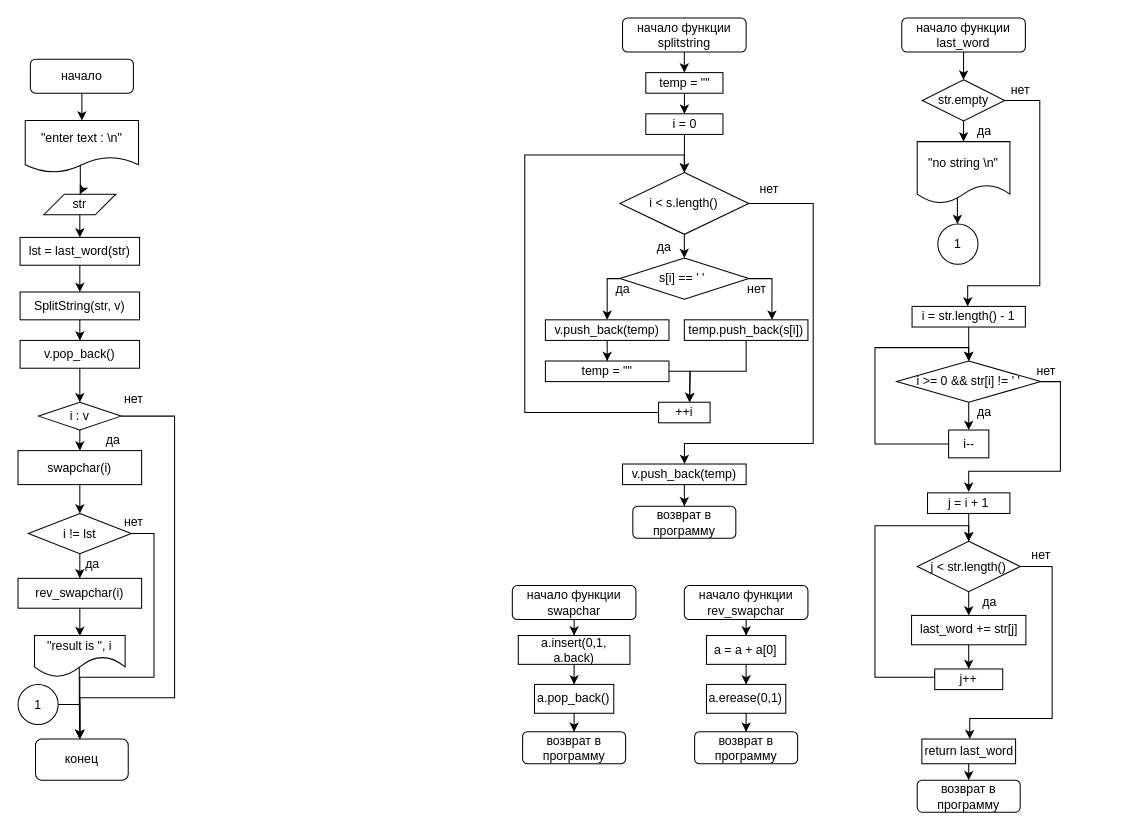
Above: 3.2.drawio in klep1koff/lifeishard (draw.io), before the change. Source tidied: cells renumbered, new cells numbered last; positions are measured from the earlier drawing's top-left corner, leaving out a move shared by most shapes. Both pictures are drawn from the tidied source at 103%, with x=0, y=0 at pixel (18, 18).
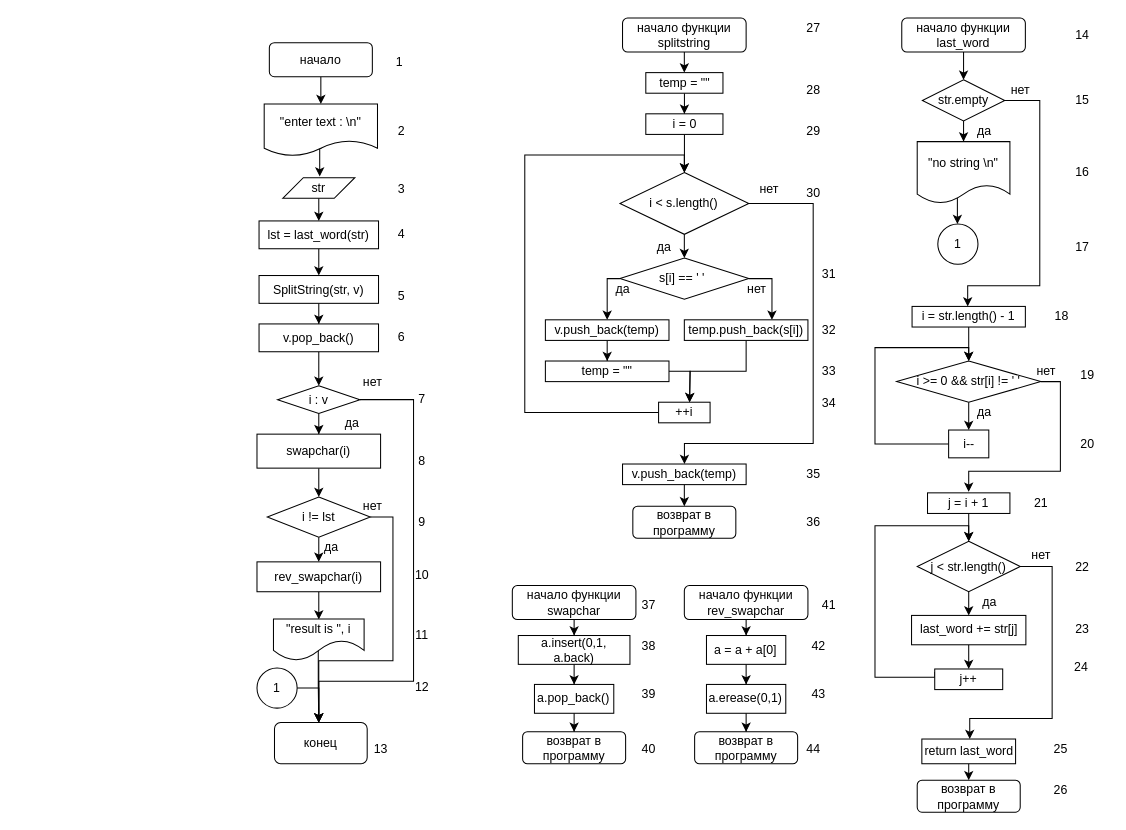
After the change.

Diff of the diagram source:
```diff
@@
     <mxCell id="75" value="начало" style="rounded=1;whiteSpace=wrap;html=1;" parent="1" vertex="1">
-      <mxGeometry x="12" y="40" width="100" height="33" as="geometry" />
+      <mxGeometry x="244" y="24" width="100" height="33" as="geometry" />
     </mxCell>
+    <mxCell id="78" style="edgeStyle=orthogonalEdgeStyle;rounded=0;jettySize=auto;html=1;exitX=0.5;exitY=1;exitDx=0;exitDy=0;" parent="1" edge="1" source="79" target="81">
+      <mxGeometry relative="1" as="geometry" />
+    </mxCell>
-    <mxCell id="76" style="edgeStyle=orthogonalEdgeStyle;rounded=0;jettySize=auto;html=1;exitX=0.486;exitY=0.845;exitDx=0;exitDy=0;exitPerimeter=0;" parent="1" edge="1" source="77" target="79">
+    <mxCell id="76" style="edgeStyle=orthogonalEdgeStyle;rounded=0;jettySize=auto;html=1;entryX=0.513;entryY=-0.058;entryDx=0;entryDy=0;entryPerimeter=0;exitX=0.506;exitY=0.848;exitDx=0;exitDy=0;exitPerimeter=0;" parent="1" edge="1" source="77" target="79">
       <mxGeometry relative="1" as="geometry" />
     </mxCell>
     <mxCell id="77" value="&quot;enter text : \n&quot;" style="shape=document;whiteSpace=wrap;html=1;boundedLbl=1;rounded=1;" parent="1" vertex="1">
-      <mxGeometry x="7" y="99.5" width="110" height="50.5" as="geometry" />
+      <mxGeometry x="239" y="83.5" width="110" height="50.5" as="geometry" />
     </mxCell>
-    <mxCell id="78" style="edgeStyle=orthogonalEdgeStyle;rounded=0;jettySize=auto;html=1;" parent="1" edge="1" source="79" target="81">
-      <mxGeometry relative="1" as="geometry" />
-    </mxCell>
     <mxCell id="79" value="str" style="shape=parallelogram;perimeter=parallelogramPerimeter;whiteSpace=wrap;html=1;fixedSize=1;" parent="1" vertex="1">
-      <mxGeometry x="25" y="171" width="70" height="20" as="geometry" />
+      <mxGeometry x="257" y="155" width="70" height="20" as="geometry" />
     </mxCell>
@@
     <mxCell id="81" value="lst = last_word(str)" style="whiteSpace=wrap;html=1;" parent="1" vertex="1">
-      <mxGeometry x="2" y="213" width="116" height="27" as="geometry" />
+      <mxGeometry x="234" y="197" width="116" height="27" as="geometry" />
     </mxCell>
@@
     <mxCell id="83" value="SplitString(str, v)" style="whiteSpace=wrap;html=1;" parent="1" vertex="1">
-      <mxGeometry x="2" y="266" width="116" height="27" as="geometry" />
+      <mxGeometry x="234" y="250" width="116" height="27" as="geometry" />
     </mxCell>
@@
     <mxCell id="85" value="v.pop_back()" style="whiteSpace=wrap;html=1;" parent="1" vertex="1">
-      <mxGeometry x="2" y="313" width="116" height="27" as="geometry" />
+      <mxGeometry x="234" y="297" width="116" height="27" as="geometry" />
     </mxCell>
@@
     <mxCell id="87" style="edgeStyle=orthogonalEdgeStyle;rounded=0;jettySize=auto;html=1;" parent="1" edge="1" source="88">
       <mxGeometry relative="1" as="geometry">
-        <mxPoint x="60" y="700" as="targetPoint" />
+        <mxPoint x="292" y="684" as="targetPoint" />
         <Array as="points">
-          <mxPoint x="152" y="386" />
-          <mxPoint x="152" y="660" />
-          <mxPoint x="60" y="660" />
+          <mxPoint x="384" y="370" />
+          <mxPoint x="384" y="644" />
+          <mxPoint x="292" y="644" />
         </Array>
       </mxGeometry>
     </mxCell>
     <mxCell id="88" value="i : v" style="rhombus;whiteSpace=wrap;html=1;" parent="1" vertex="1">
-      <mxGeometry x="20" y="373" width="80" height="27" as="geometry" />
+      <mxGeometry x="252" y="357" width="80" height="27" as="geometry" />
     </mxCell>
@@
     <mxCell id="90" value="swapchar(i)" style="whiteSpace=wrap;html=1;" parent="1" vertex="1">
-      <mxGeometry y="420" width="120" height="33" as="geometry" />
+      <mxGeometry x="232" y="404" width="120" height="33" as="geometry" />
     </mxCell>
@@
     <mxCell id="92" style="edgeStyle=orthogonalEdgeStyle;rounded=0;jettySize=auto;html=1;" parent="1" edge="1" source="93">
       <mxGeometry relative="1" as="geometry">
-        <mxPoint x="60" y="700" as="targetPoint" />
+        <mxPoint x="292" y="684" as="targetPoint" />
         <Array as="points">
-          <mxPoint x="132" y="501" />
-          <mxPoint x="132" y="640" />
-          <mxPoint x="60" y="640" />
+          <mxPoint x="364" y="485" />
+          <mxPoint x="364" y="624" />
+          <mxPoint x="292" y="624" />
         </Array>
       </mxGeometry>
     </mxCell>
     <mxCell id="93" value="i != lst" style="rhombus;whiteSpace=wrap;html=1;" parent="1" vertex="1">
-      <mxGeometry x="10" y="481" width="100" height="39" as="geometry" />
+      <mxGeometry x="242" y="465" width="100" height="39" as="geometry" />
     </mxCell>
     <mxCell id="94" style="edgeStyle=orthogonalEdgeStyle;rounded=0;jettySize=auto;html=1;" parent="1" edge="1" source="95">
       <mxGeometry relative="1" as="geometry">
-        <mxPoint x="60" y="600" as="targetPoint" />
+        <mxPoint x="292" y="584" as="targetPoint" />
       </mxGeometry>
     </mxCell>
     <mxCell id="95" value="rev_swapchar(i)" style="whiteSpace=wrap;html=1;" parent="1" vertex="1">
-      <mxGeometry y="544" width="120" height="29" as="geometry" />
+      <mxGeometry x="232" y="528" width="120" height="29" as="geometry" />
     </mxCell>
     <mxCell id="96" value="да" style="text;html=1;align=center;verticalAlign=middle;strokeColor=none;fillColor=none;" parent="1" vertex="1">
-      <mxGeometry x="72" y="400" width="40" height="20" as="geometry" />
+      <mxGeometry x="304" y="384" width="40" height="20" as="geometry" />
     </mxCell>
     <mxCell id="97" value="нет" style="text;html=1;align=center;verticalAlign=middle;strokeColor=none;fillColor=none;" parent="1" vertex="1">
-      <mxGeometry x="92" y="360" width="40" height="20" as="geometry" />
+      <mxGeometry x="324" y="344" width="40" height="20" as="geometry" />
     </mxCell>
     <mxCell id="98" value="да" style="text;html=1;align=center;verticalAlign=middle;strokeColor=none;fillColor=none;" parent="1" vertex="1">
-      <mxGeometry x="52" y="520" width="40" height="20" as="geometry" />
+      <mxGeometry x="284" y="504" width="40" height="20" as="geometry" />
     </mxCell>
     <mxCell id="99" value="нет" style="text;html=1;align=center;verticalAlign=middle;strokeColor=none;fillColor=none;" parent="1" vertex="1">
-      <mxGeometry x="92" y="480" width="40" height="20" as="geometry" />
+      <mxGeometry x="324" y="464" width="40" height="20" as="geometry" />
     </mxCell>
     <mxCell id="100" style="edgeStyle=orthogonalEdgeStyle;rounded=0;orthogonalLoop=1;jettySize=auto;html=1;exitX=0.494;exitY=0.725;exitDx=0;exitDy=0;exitPerimeter=0;" parent="1" edge="1">
       <mxGeometry relative="1" as="geometry">
-        <mxPoint x="59.5" y="628.9" as="sourcePoint" />
-        <mxPoint x="60" y="700" as="targetPoint" />
+        <mxPoint x="291.5" y="612.9" as="sourcePoint" />
+        <mxPoint x="292" y="684" as="targetPoint" />
         <Array as="points">
-          <mxPoint x="60" y="664" />
-          <mxPoint x="60" y="664" />
+          <mxPoint x="292" y="648" />
+          <mxPoint x="292" y="648" />
         </Array>
       </mxGeometry>
     </mxCell>
     <mxCell id="101" value="&quot;result is &quot;, i" style="shape=document;whiteSpace=wrap;html=1;boundedLbl=1;size=0.49382716049382713;" parent="1" vertex="1">
-      <mxGeometry x="16" y="599.5" width="88" height="40.5" as="geometry" />
+      <mxGeometry x="248" y="583.5" width="88" height="40.5" as="geometry" />
     </mxCell>
     <mxCell id="102" style="endArrow=none;html=1;rounded=0;" parent="1" edge="1" source="101">
       <mxGeometry relative="1" as="geometry">
-        <mxPoint x="52" y="640" as="targetPoint" />
+        <mxPoint x="284" y="624" as="targetPoint" />
       </mxGeometry>
     </mxCell>
     <mxCell id="103" style="edgeStyle=orthogonalEdgeStyle;rounded=0;jettySize=auto;html=1;exitX=1;exitY=0.5;exitDx=0;exitDy=0;" parent="1" edge="1" source="104">
       <mxGeometry relative="1" as="geometry">
-        <mxPoint x="60" y="700" as="targetPoint" />
+        <mxPoint x="292" y="684" as="targetPoint" />
       </mxGeometry>
     </mxCell>
     <mxCell id="104" value="1" style="ellipse;whiteSpace=wrap;html=1;fontSize=12;" parent="1" vertex="1">
-      <mxGeometry y="647" width="39" height="39" as="geometry" />
+      <mxGeometry x="232" y="631" width="39" height="39" as="geometry" />
     </mxCell>
     <mxCell id="105" value="конец" style="rounded=1;whiteSpace=wrap;html=1;" parent="1" vertex="1">
-      <mxGeometry x="17" y="700" width="90" height="40" as="geometry" />
+      <mxGeometry x="249" y="684" width="90" height="40" as="geometry" />
     </mxCell>
@@
+    <mxCell id="108" value="1" style="text;html=1;align=center;verticalAlign=middle;strokeColor=none;fillColor=none;" parent="1" vertex="1">
+      <mxGeometry x="350" y="33" width="40" height="20" as="geometry" />
+    </mxCell>
+    <mxCell id="109" value="2" style="text;html=1;align=center;verticalAlign=middle;strokeColor=none;fillColor=none;" parent="1" vertex="1">
+      <mxGeometry x="352" y="100" width="40" height="20" as="geometry" />
+    </mxCell>
+    <mxCell id="110" value="3" style="text;html=1;align=center;verticalAlign=middle;strokeColor=none;fillColor=none;" parent="1" vertex="1">
+      <mxGeometry x="352" y="156" width="40" height="20" as="geometry" />
+    </mxCell>
+    <mxCell id="111" value="4" style="text;html=1;align=center;verticalAlign=middle;strokeColor=none;fillColor=none;" parent="1" vertex="1">
+      <mxGeometry x="352" y="200" width="40" height="20" as="geometry" />
+    </mxCell>
+    <mxCell id="112" value="5" style="text;html=1;align=center;verticalAlign=middle;strokeColor=none;fillColor=none;" parent="1" vertex="1">
+      <mxGeometry x="352" y="260" width="40" height="20" as="geometry" />
+    </mxCell>
+    <mxCell id="113" value="6" style="text;html=1;align=center;verticalAlign=middle;strokeColor=none;fillColor=none;" parent="1" vertex="1">
+      <mxGeometry x="352" y="300" width="40" height="20" as="geometry" />
+    </mxCell>
+    <mxCell id="114" value="7" style="text;html=1;align=center;verticalAlign=middle;strokeColor=none;fillColor=none;" parent="1" vertex="1">
+      <mxGeometry x="372" y="360" width="40" height="20" as="geometry" />
+    </mxCell>
+    <mxCell id="115" value="8" style="text;html=1;align=center;verticalAlign=middle;strokeColor=none;fillColor=none;" parent="1" vertex="1">
+      <mxGeometry x="372" y="420" width="40" height="20" as="geometry" />
+    </mxCell>
+    <mxCell id="116" value="9" style="text;html=1;align=center;verticalAlign=middle;strokeColor=none;fillColor=none;" parent="1" vertex="1">
+      <mxGeometry x="372" y="480" width="40" height="20" as="geometry" />
+    </mxCell>
+    <mxCell id="117" value="10" style="text;html=1;align=center;verticalAlign=middle;strokeColor=none;fillColor=none;" parent="1" vertex="1">
+      <mxGeometry x="372" y="531" width="40" height="20" as="geometry" />
+    </mxCell>
+    <mxCell id="118" value="11" style="text;html=1;align=center;verticalAlign=middle;strokeColor=none;fillColor=none;" parent="1" vertex="1">
+      <mxGeometry x="372" y="588.5" width="40" height="20" as="geometry" />
+    </mxCell>
+    <mxCell id="119" value="12" style="text;html=1;align=center;verticalAlign=middle;strokeColor=none;fillColor=none;" parent="1" vertex="1">
+      <mxGeometry x="372" y="640" width="40" height="20" as="geometry" />
+    </mxCell>
+    <mxCell id="120" value="13" style="text;html=1;align=center;verticalAlign=middle;strokeColor=none;fillColor=none;" parent="1" vertex="1">
+      <mxGeometry x="332" y="700" width="40" height="20" as="geometry" />
+    </mxCell>
+    <mxCell id="121" value="14" style="text;html=1;align=center;verticalAlign=middle;strokeColor=none;fillColor=none;" parent="1" vertex="1">
+      <mxGeometry x="1013" y="6.5" width="40" height="20" as="geometry" />
+    </mxCell>
+    <mxCell id="122" value="15" style="text;html=1;align=center;verticalAlign=middle;strokeColor=none;fillColor=none;" parent="1" vertex="1">
+      <mxGeometry x="1013" y="70" width="40" height="20" as="geometry" />
+    </mxCell>
+    <mxCell id="123" value="16" style="text;html=1;align=center;verticalAlign=middle;strokeColor=none;fillColor=none;" parent="1" vertex="1">
+      <mxGeometry x="1013" y="140" width="40" height="20" as="geometry" />
+    </mxCell>
+    <mxCell id="124" value="17" style="text;html=1;align=center;verticalAlign=middle;strokeColor=none;fillColor=none;" parent="1" vertex="1">
+      <mxGeometry x="1013" y="213" width="40" height="20" as="geometry" />
+    </mxCell>
+    <mxCell id="125" value="18" style="text;html=1;align=center;verticalAlign=middle;strokeColor=none;fillColor=none;" parent="1" vertex="1">
+      <mxGeometry x="993" y="280" width="40" height="20" as="geometry" />
+    </mxCell>
+    <mxCell id="126" value="19" style="text;html=1;align=center;verticalAlign=middle;strokeColor=none;fillColor=none;" parent="1" vertex="1">
+      <mxGeometry x="1018" y="337" width="40" height="20" as="geometry" />
+    </mxCell>
+    <mxCell id="127" value="20" style="text;html=1;align=center;verticalAlign=middle;strokeColor=none;fillColor=none;" parent="1" vertex="1">
+      <mxGeometry x="1018" y="403.5" width="40" height="20" as="geometry" />
+    </mxCell>
+    <mxCell id="128" value="21" style="text;html=1;align=center;verticalAlign=middle;strokeColor=none;fillColor=none;" parent="1" vertex="1">
+      <mxGeometry x="973" y="461" width="40" height="20" as="geometry" />
+    </mxCell>
+    <mxCell id="129" value="22" style="text;html=1;align=center;verticalAlign=middle;strokeColor=none;fillColor=none;" parent="1" vertex="1">
+      <mxGeometry x="1013" y="522.5" width="40" height="20" as="geometry" />
+    </mxCell>
+    <mxCell id="130" value="23" style="text;html=1;align=center;verticalAlign=middle;strokeColor=none;fillColor=none;" parent="1" vertex="1">
+      <mxGeometry x="1013" y="584.2" width="40" height="20" as="geometry" />
+    </mxCell>
+    <mxCell id="131" value="24" style="text;html=1;align=center;verticalAlign=middle;strokeColor=none;fillColor=none;" parent="1" vertex="1">
+      <mxGeometry x="1012" y="620" width="40" height="20" as="geometry" />
+    </mxCell>
+    <mxCell id="132" value="25" style="text;html=1;align=center;verticalAlign=middle;strokeColor=none;fillColor=none;" parent="1" vertex="1">
+      <mxGeometry x="992" y="700" width="40" height="20" as="geometry" />
+    </mxCell>
+    <mxCell id="133" value="26" style="text;html=1;align=center;verticalAlign=middle;strokeColor=none;fillColor=none;" parent="1" vertex="1">
+      <mxGeometry x="992" y="740" width="40" height="20" as="geometry" />
+    </mxCell>
+    <mxCell id="134" value="27" style="text;html=1;align=center;verticalAlign=middle;strokeColor=none;fillColor=none;" parent="1" vertex="1">
+      <mxGeometry x="752" width="40" height="20" as="geometry" />
+    </mxCell>
+    <mxCell id="135" value="28" style="text;html=1;align=center;verticalAlign=middle;strokeColor=none;fillColor=none;" parent="1" vertex="1">
+      <mxGeometry x="752" y="60" width="40" height="20" as="geometry" />
+    </mxCell>
+    <mxCell id="136" value="29" style="text;html=1;align=center;verticalAlign=middle;strokeColor=none;fillColor=none;" parent="1" vertex="1">
+      <mxGeometry x="752" y="100" width="40" height="20" as="geometry" />
+    </mxCell>
+    <mxCell id="137" value="30" style="text;html=1;align=center;verticalAlign=middle;strokeColor=none;fillColor=none;" parent="1" vertex="1">
+      <mxGeometry x="752" y="160" width="40" height="20" as="geometry" />
+    </mxCell>
+    <mxCell id="138" value="31" style="text;html=1;align=center;verticalAlign=middle;strokeColor=none;fillColor=none;" parent="1" vertex="1">
+      <mxGeometry x="766.9" y="239" width="40" height="20" as="geometry" />
+    </mxCell>
+    <mxCell id="139" value="32" style="text;html=1;align=center;verticalAlign=middle;strokeColor=none;fillColor=none;" parent="1" vertex="1">
+      <mxGeometry x="766.9" y="293" width="40" height="20" as="geometry" />
+    </mxCell>
+    <mxCell id="140" value="33" style="text;html=1;align=center;verticalAlign=middle;strokeColor=none;fillColor=none;" parent="1" vertex="1">
+      <mxGeometry x="766.9" y="333" width="40" height="20" as="geometry" />
+    </mxCell>
+    <mxCell id="141" value="34" style="text;html=1;align=center;verticalAlign=middle;strokeColor=none;fillColor=none;" parent="1" vertex="1">
+      <mxGeometry x="766.9" y="364" width="40" height="20" as="geometry" />
+    </mxCell>
+    <mxCell id="142" value="35" style="text;html=1;align=center;verticalAlign=middle;strokeColor=none;fillColor=none;" parent="1" vertex="1">
+      <mxGeometry x="752" y="433" width="40" height="20" as="geometry" />
+    </mxCell>
+    <mxCell id="143" value="36" style="text;html=1;align=center;verticalAlign=middle;strokeColor=none;fillColor=none;" parent="1" vertex="1">
+      <mxGeometry x="752" y="480" width="40" height="20" as="geometry" />
+    </mxCell>
+    <mxCell id="144" value="37" style="text;html=1;align=center;verticalAlign=middle;strokeColor=none;fillColor=none;" parent="1" vertex="1">
+      <mxGeometry x="592" y="560" width="40" height="20" as="geometry" />
+    </mxCell>
+    <mxCell id="145" value="38" style="text;html=1;align=center;verticalAlign=middle;strokeColor=none;fillColor=none;" parent="1" vertex="1">
+      <mxGeometry x="592" y="600" width="40" height="20" as="geometry" />
+    </mxCell>
+    <mxCell id="146" value="39" style="text;html=1;align=center;verticalAlign=middle;strokeColor=none;fillColor=none;" parent="1" vertex="1">
+      <mxGeometry x="592" y="647" width="40" height="20" as="geometry" />
+    </mxCell>
+    <mxCell id="147" value="40" style="text;html=1;align=center;verticalAlign=middle;strokeColor=none;fillColor=none;" parent="1" vertex="1">
+      <mxGeometry x="592" y="700" width="40" height="20" as="geometry" />
+    </mxCell>
+    <mxCell id="148" value="41" style="text;html=1;align=center;verticalAlign=middle;strokeColor=none;fillColor=none;" parent="1" vertex="1">
+      <mxGeometry x="766.9" y="560" width="40" height="20" as="geometry" />
+    </mxCell>
+    <mxCell id="149" value="42" style="text;html=1;align=center;verticalAlign=middle;strokeColor=none;fillColor=none;" parent="1" vertex="1">
+      <mxGeometry x="756.9" y="599.5" width="40" height="20" as="geometry" />
+    </mxCell>
+    <mxCell id="150" value="43" style="text;html=1;align=center;verticalAlign=middle;strokeColor=none;fillColor=none;" parent="1" vertex="1">
+      <mxGeometry x="756.9" y="647" width="40" height="20" as="geometry" />
+    </mxCell>
+    <mxCell id="151" value="44" style="text;html=1;align=center;verticalAlign=middle;strokeColor=none;fillColor=none;" parent="1" vertex="1">
+      <mxGeometry x="752" y="700" width="40" height="20" as="geometry" />
+    </mxCell>
```
